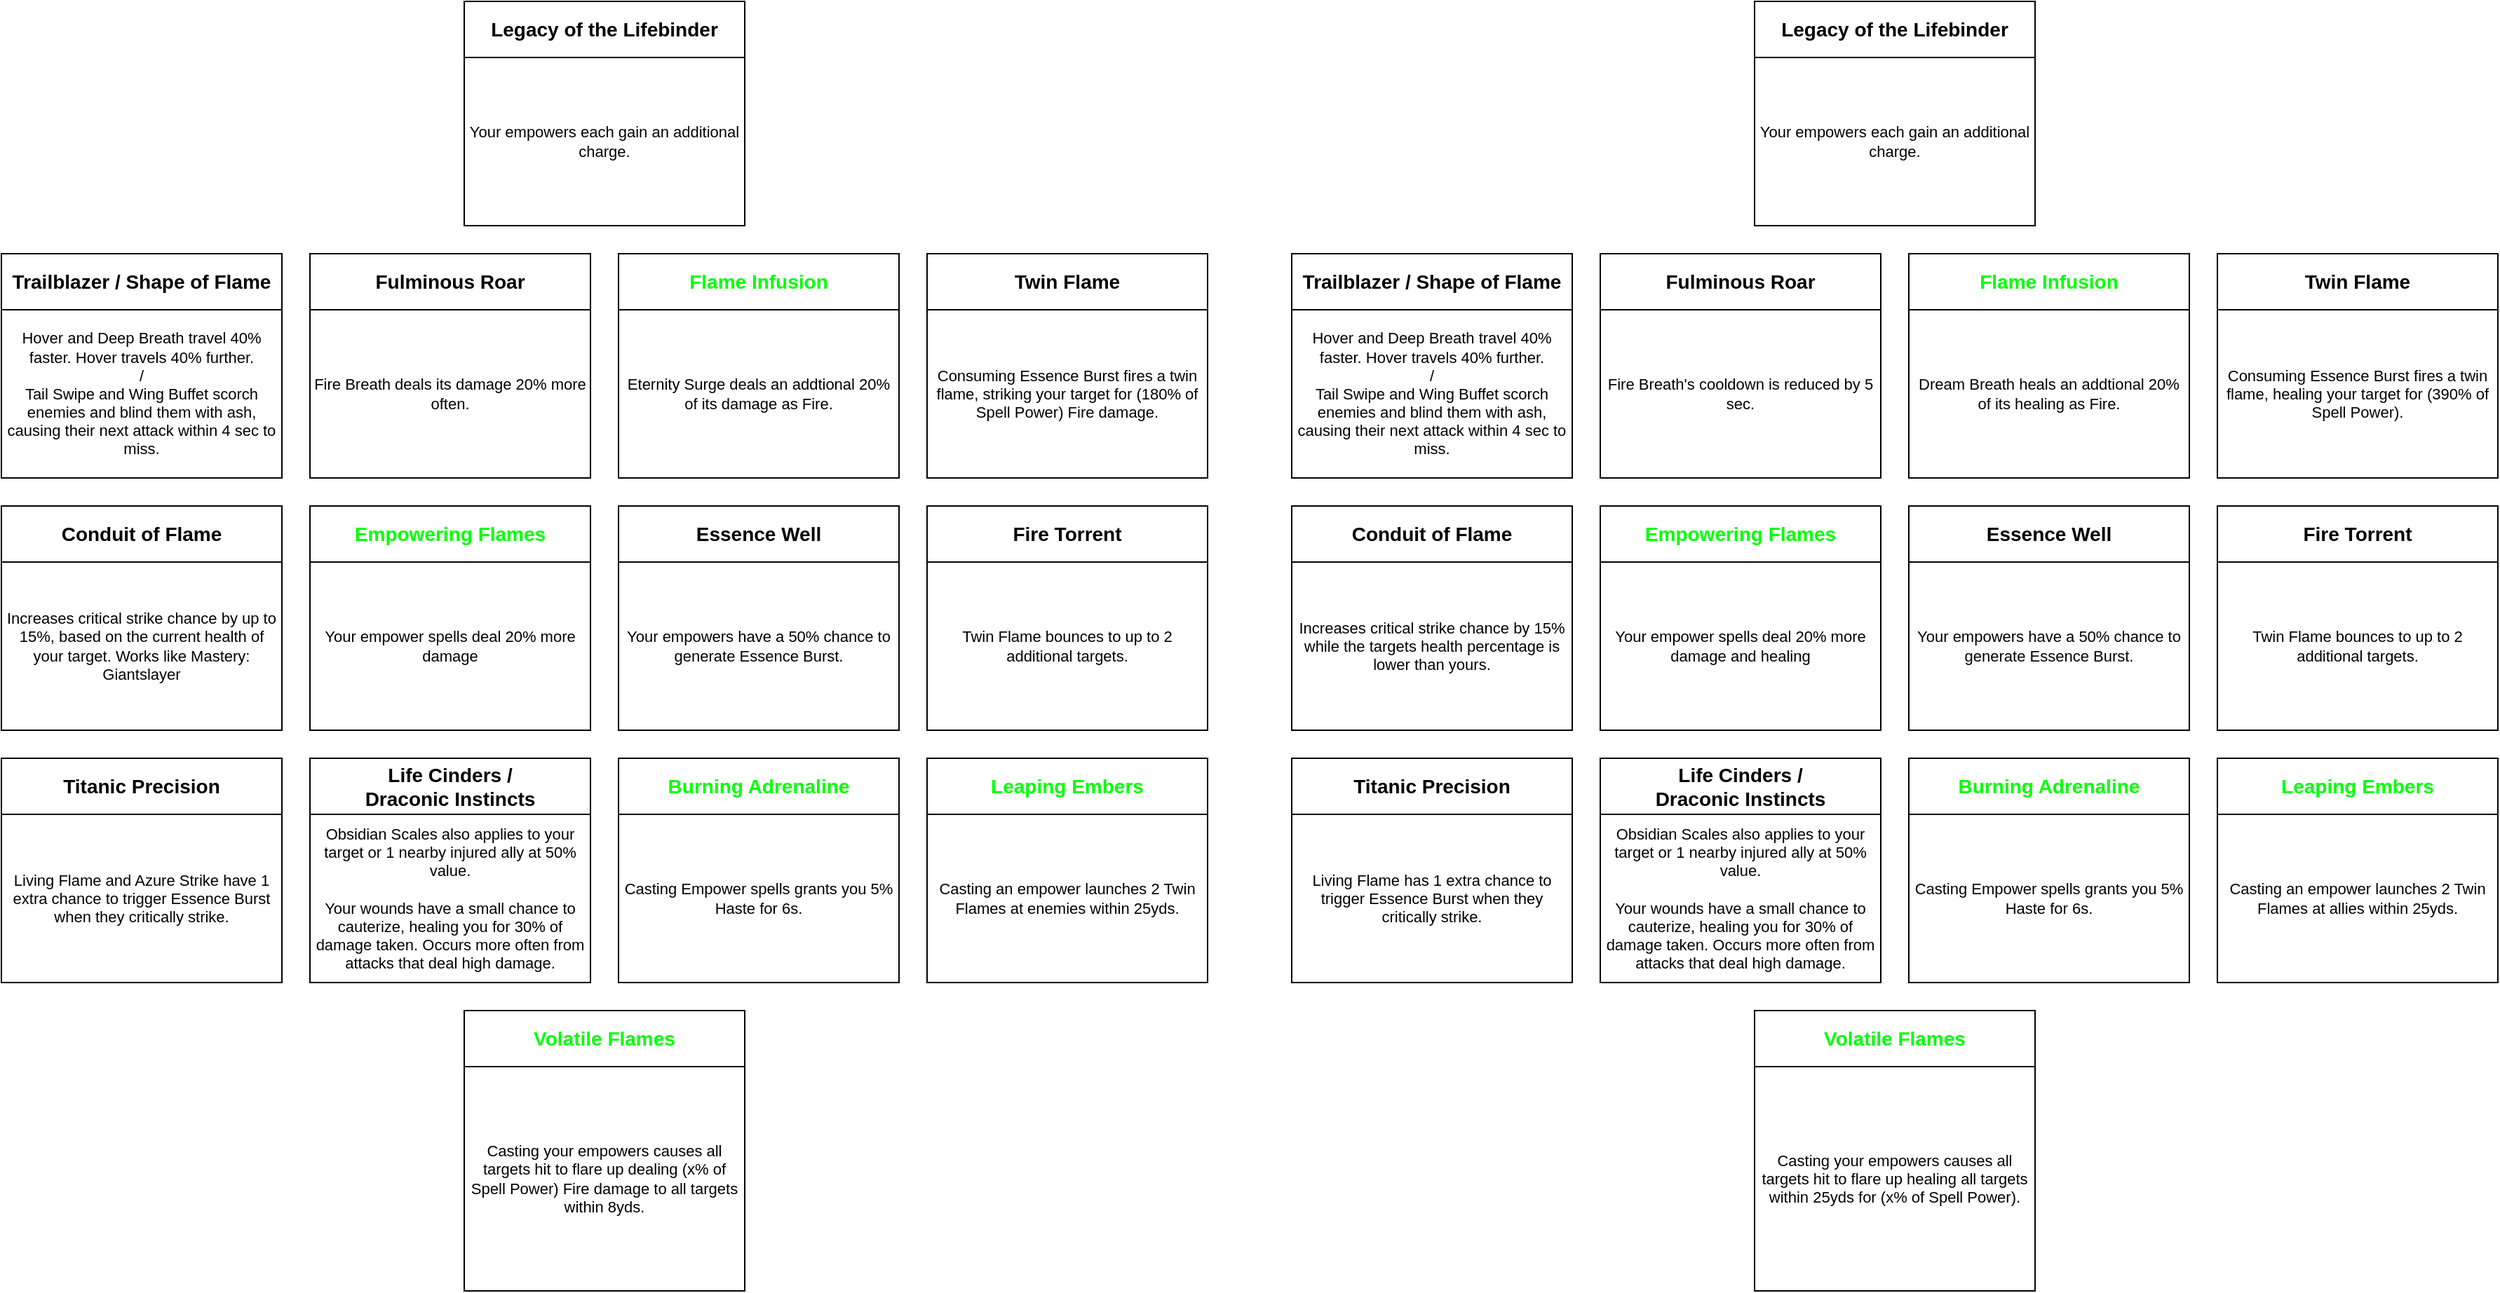
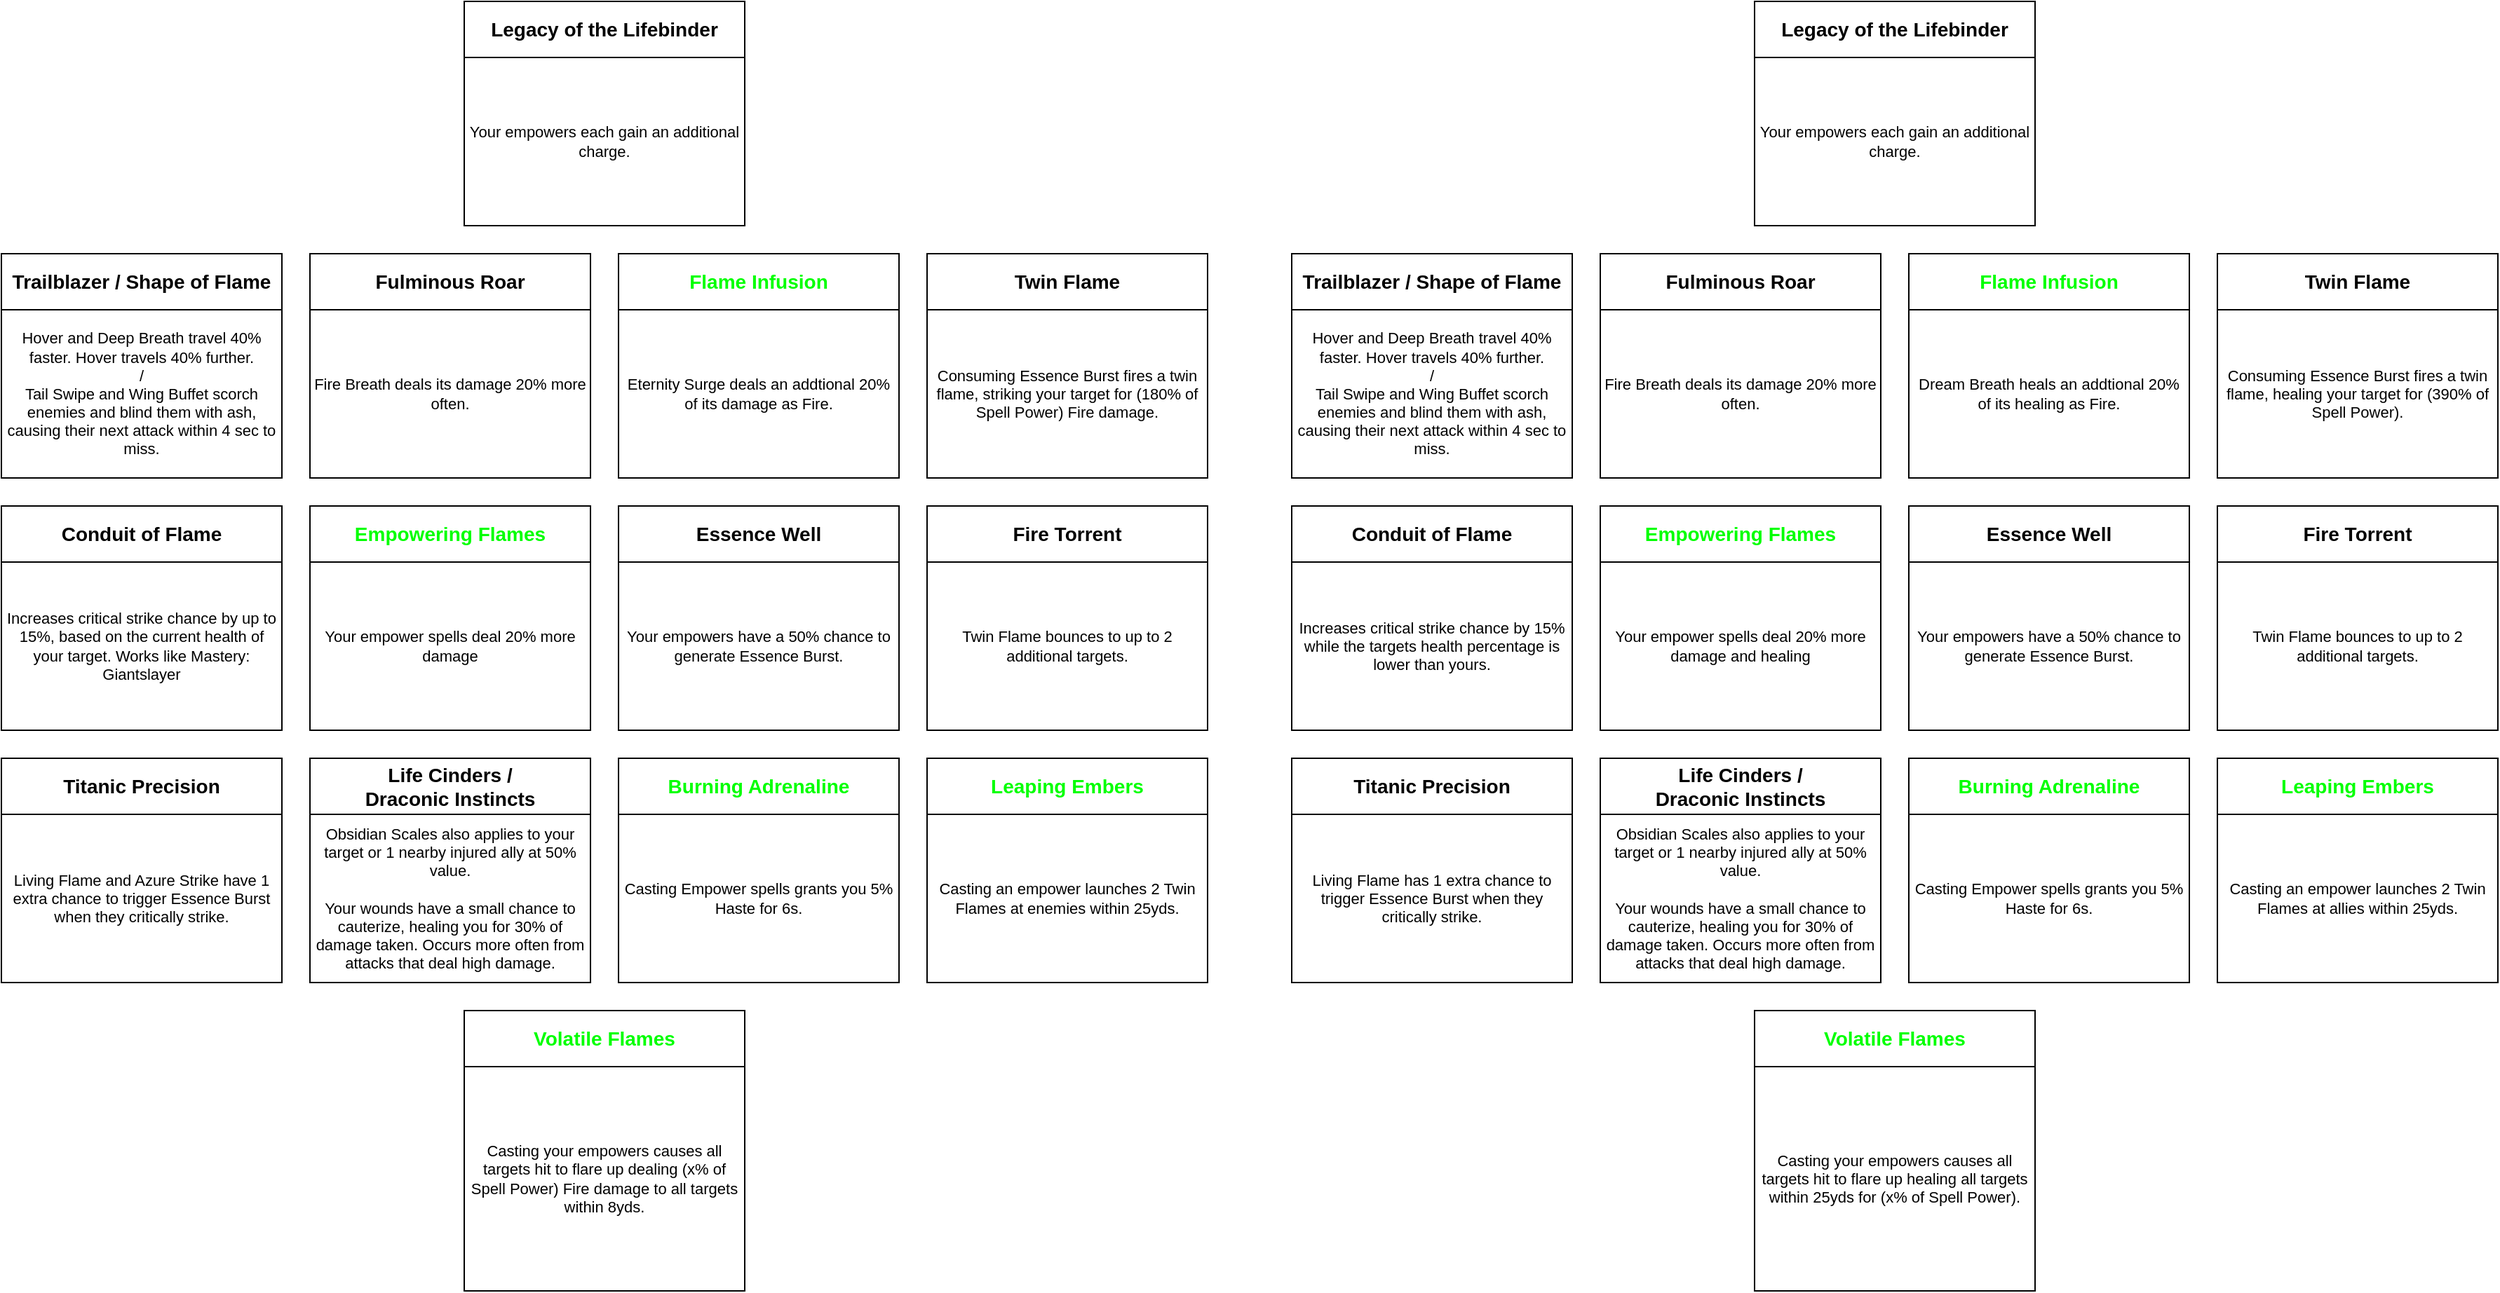
<mxfile host="app.diagrams.net" agent="Mozilla/5.0 (Windows NT 10.0; Win64; x64) AppleWebKit/537.36 (KHTML, like Gecko) Chrome/147.0.0.0 Safari/537.36 OPR/131.0.0.0">
  <diagram name="Page-1" id="7-C3C0MTsYJN3mklHAE3">
-     <mxGraphModel dx="1825" dy="1013" grid="1" gridSize="10" guides="1" tooltips="1" connect="1" arrows="1" fold="1" page="1" pageScale="1" pageWidth="850" pageHeight="1100" math="0" shadow="0">
+     <mxGraphModel dx="1829" dy="1017" grid="1" gridSize="10" guides="1" tooltips="1" connect="1" arrows="1" fold="1" page="1" pageScale="1" pageWidth="850" pageHeight="1100" math="0" shadow="0">
      <root>
        <mxCell id="0" />
        <mxCell id="1" parent="0" />
        <mxCell id="CbpXHZAzieputpjHQbmu-1" parent="1" style="rounded=0;whiteSpace=wrap;html=1;fontColor=light-dark(#000000,#FFFF00);fontStyle=1;fontSize=14;" value="&lt;div&gt;&lt;span style=&quot;background-color: transparent;&quot;&gt;Legacy of the Lifebinder&lt;/span&gt;&lt;/div&gt;" vertex="1">
          <mxGeometry height="40" width="200" x="330" y="80" as="geometry" />
        </mxCell>
        <mxCell id="CbpXHZAzieputpjHQbmu-6" parent="1" style="rounded=0;whiteSpace=wrap;html=1;verticalAlign=middle;fontSize=11;fontStyle=0" value="Your empowers each gain an additional charge." vertex="1">
          <mxGeometry height="120" width="200" x="330" y="120" as="geometry" />
        </mxCell>
        <mxCell id="CbpXHZAzieputpjHQbmu-7" parent="1" style="rounded=0;whiteSpace=wrap;html=1;fontColor=#00FF00;fontStyle=1;fontSize=14;" value="Empowering Flames" vertex="1">
          <mxGeometry height="40" width="200" x="220" y="440" as="geometry" />
        </mxCell>
        <mxCell id="CbpXHZAzieputpjHQbmu-8" parent="1" style="rounded=0;whiteSpace=wrap;html=1;fontSize=11;" value="Your empower spells deal 20% more damage" vertex="1">
          <mxGeometry height="120" width="200" x="220" y="480" as="geometry" />
        </mxCell>
        <mxCell id="CbpXHZAzieputpjHQbmu-9" parent="1" style="rounded=0;whiteSpace=wrap;html=1;fontColor=default;fontStyle=1;fontSize=14;" value="&lt;span&gt;&lt;font&gt;Trailblazer / Shape of Flame&lt;/font&gt;&lt;/span&gt;" vertex="1">
          <mxGeometry height="40" width="200" y="260" as="geometry" />
        </mxCell>
        <mxCell id="CbpXHZAzieputpjHQbmu-10" parent="1" style="rounded=0;whiteSpace=wrap;html=1;fontSize=11;" value="Hover and Deep Breath travel 40% faster. Hover travels 40% further.&lt;div&gt;/&lt;/div&gt;&lt;div&gt;Tail Swipe and Wing Buffet scorch enemies and blind them with ash, causing their next attack within 4 sec to miss.&lt;/div&gt;" vertex="1">
          <mxGeometry height="120" width="200" y="300" as="geometry" />
        </mxCell>
        <mxCell id="CbpXHZAzieputpjHQbmu-11" parent="1" style="rounded=0;whiteSpace=wrap;html=1;fontStyle=1;fontSize=14;fontColor=light-dark(#000000,#FFFF00);" value="&lt;span&gt;&lt;span&gt;Conduit of Flame&lt;/span&gt;&lt;/span&gt;" vertex="1">
          <mxGeometry height="40" width="200" y="440" as="geometry" />
        </mxCell>
        <mxCell id="CbpXHZAzieputpjHQbmu-12" parent="1" style="rounded=0;whiteSpace=wrap;html=1;fontSize=11;" value="Increases critical strike chance by up to 15%, based on the current health of your target. Works like Mastery: Giantslayer" vertex="1">
          <mxGeometry height="120" width="200" y="480" as="geometry" />
        </mxCell>
        <mxCell id="CbpXHZAzieputpjHQbmu-14" parent="1" style="rounded=0;whiteSpace=wrap;html=1;fontColor=default;fontStyle=1;fontSize=14;" value="Titanic Precision" vertex="1">
          <mxGeometry height="40" width="200" y="620" as="geometry" />
        </mxCell>
        <mxCell id="CbpXHZAzieputpjHQbmu-15" parent="1" style="rounded=0;whiteSpace=wrap;html=1;fontSize=11;" value="Living Flame and Azure Strike have 1 extra chance to trigger Essence Burst when they critically strike." vertex="1">
          <mxGeometry height="120" width="200" y="660" as="geometry" />
        </mxCell>
        <mxCell id="CbpXHZAzieputpjHQbmu-16" parent="1" style="rounded=0;whiteSpace=wrap;html=1;fontColor=light-dark(#000000,#FF9933);fontStyle=1;fontSize=14;" value="&lt;span style=&quot;&quot;&gt;Fulminous Roar&lt;/span&gt;" vertex="1">
          <mxGeometry height="40" width="200" x="220" y="260" as="geometry" />
        </mxCell>
        <mxCell id="CbpXHZAzieputpjHQbmu-17" parent="1" style="rounded=0;whiteSpace=wrap;html=1;fontSize=11;" value="Fire Breath deals its damage 20% more often." vertex="1">
          <mxGeometry height="120" width="200" x="220" y="300" as="geometry" />
        </mxCell>
        <mxCell id="CbpXHZAzieputpjHQbmu-18" parent="1" style="rounded=0;whiteSpace=wrap;html=1;fontColor=light-dark(#000000,#FF9933);fontStyle=1;fontSize=14;" value="&lt;span style=&quot;&quot;&gt;Life Cinders /&lt;/span&gt;&lt;br style=&quot;&quot;&gt;&lt;span style=&quot;&quot;&gt;Draconic Instincts&lt;/span&gt;" vertex="1">
          <mxGeometry height="40" width="200" x="220" y="620" as="geometry" />
        </mxCell>
        <mxCell id="CbpXHZAzieputpjHQbmu-19" parent="1" style="rounded=0;whiteSpace=wrap;html=1;fontSize=11;" value="Obsidian Scales also applies to your target or 1 nearby injured ally at 50% value.&lt;div&gt;&lt;br&gt;&lt;div&gt;Your wounds have a small chance to cauterize, healing you for 30% of damage taken. Occurs more often from attacks that deal high damage.&lt;/div&gt;&lt;/div&gt;" vertex="1">
          <mxGeometry height="120" width="200" x="220" y="660" as="geometry" />
        </mxCell>
        <mxCell id="CbpXHZAzieputpjHQbmu-20" parent="1" style="rounded=0;whiteSpace=wrap;html=1;fontColor=#00FF00;fontStyle=1;fontSize=14;labelBackgroundColor=none;" value="Flame Infusion" vertex="1">
          <mxGeometry height="40" width="200" x="440" y="260" as="geometry" />
        </mxCell>
        <mxCell id="CbpXHZAzieputpjHQbmu-21" parent="1" style="rounded=0;whiteSpace=wrap;html=1;fontSize=11;" value="Eternity Surge deals an&lt;span style=&quot;background-color: transparent; color: light-dark(rgb(0, 0, 0), rgb(255, 255, 255));&quot;&gt;&amp;nbsp;addtional 20% of its damage as Fire.&lt;/span&gt;" vertex="1">
          <mxGeometry height="120" width="200" x="440" y="300" as="geometry" />
        </mxCell>
        <mxCell id="CbpXHZAzieputpjHQbmu-22" parent="1" style="rounded=0;whiteSpace=wrap;html=1;fontColor=light-dark(#000000,#FF9933);fontStyle=1;fontSize=14;" value="Essence Well" vertex="1">
          <mxGeometry height="40" width="200" x="440" y="440" as="geometry" />
        </mxCell>
        <mxCell id="CbpXHZAzieputpjHQbmu-23" parent="1" style="rounded=0;whiteSpace=wrap;html=1;fontSize=11;" value="Your empowers have a 50% chance to generate Essence Burst." vertex="1">
          <mxGeometry height="120" width="200" x="440" y="480" as="geometry" />
        </mxCell>
        <mxCell id="CbpXHZAzieputpjHQbmu-24" parent="1" style="rounded=0;whiteSpace=wrap;html=1;fontColor=#00FF00;fontStyle=1;fontSize=14;" value="Burning Adrenaline" vertex="1">
          <mxGeometry height="40" width="200" x="440" y="620" as="geometry" />
        </mxCell>
        <mxCell id="CbpXHZAzieputpjHQbmu-25" parent="1" style="rounded=0;whiteSpace=wrap;html=1;fontSize=11;" value="Casting Empower spells grants you 5% Haste for 6s." vertex="1">
          <mxGeometry height="120" width="200" x="440" y="660" as="geometry" />
        </mxCell>
        <mxCell id="CbpXHZAzieputpjHQbmu-26" parent="1" style="rounded=0;whiteSpace=wrap;html=1;fontColor=light-dark(#000000,#FF9933);fontStyle=1;fontSize=14;" value="Twin Flame" vertex="1">
          <mxGeometry height="40" width="200" x="660" y="260" as="geometry" />
        </mxCell>
        <mxCell id="CbpXHZAzieputpjHQbmu-27" parent="1" style="rounded=0;whiteSpace=wrap;html=1;fontSize=11;" value="Consuming Essence Burst fires a twin flame, striking your target for (180% of Spell Power) Fire damage." vertex="1">
          <mxGeometry height="120" width="200" x="660" y="300" as="geometry" />
        </mxCell>
        <mxCell id="CbpXHZAzieputpjHQbmu-28" parent="1" style="rounded=0;whiteSpace=wrap;html=1;fontColor=light-dark(#000000,#FF9933);fontSize=14;fontStyle=1" value="Fire Torrent" vertex="1">
          <mxGeometry height="40" width="200" x="660" y="440" as="geometry" />
        </mxCell>
        <mxCell id="CbpXHZAzieputpjHQbmu-29" parent="1" style="rounded=0;whiteSpace=wrap;html=1;fontSize=11;" value="Twin Flame bounces to up to 2 additional targets." vertex="1">
          <mxGeometry height="120" width="200" x="660" y="480" as="geometry" />
        </mxCell>
        <mxCell id="CbpXHZAzieputpjHQbmu-30" parent="1" style="rounded=0;whiteSpace=wrap;html=1;fontColor=#00FF00;fontStyle=1;fontSize=14;" value="Leaping Embers" vertex="1">
          <mxGeometry height="40" width="200" x="660" y="620" as="geometry" />
        </mxCell>
        <mxCell id="CbpXHZAzieputpjHQbmu-31" parent="1" style="rounded=0;whiteSpace=wrap;html=1;fontSize=11;" value="Casting an empower launches 2 Twin Flames at enemies within 25yds." vertex="1">
          <mxGeometry height="120" width="200" x="660" y="660" as="geometry" />
        </mxCell>
        <mxCell id="CbpXHZAzieputpjHQbmu-32" parent="1" style="rounded=0;whiteSpace=wrap;html=1;fontColor=#00FF00;fontStyle=1" value="&lt;span style=&quot;font-size: 14px;&quot;&gt;Volatile Flames&lt;/span&gt;" vertex="1">
          <mxGeometry height="40" width="200" x="330" y="800" as="geometry" />
        </mxCell>
        <mxCell id="CbpXHZAzieputpjHQbmu-33" parent="1" style="rounded=0;whiteSpace=wrap;html=1;verticalAlign=middle;fontSize=11;" value="Casting your empowers causes all targets hit to flare up dealing (x% of Spell Power) Fire damage to all targets within 8yds." vertex="1">
          <mxGeometry height="160" width="200" x="330" y="840" as="geometry" />
        </mxCell>
        <mxCell id="ExkhEfNAmdtYAn1Fs_e5-1" parent="1" style="rounded=0;whiteSpace=wrap;html=1;fontColor=light-dark(#000000,#FFFF00);fontStyle=1;fontSize=14;" value="Legacy of the Lifebinder" vertex="1">
          <mxGeometry height="40" width="200" x="1250" y="80" as="geometry" />
        </mxCell>
        <mxCell id="ExkhEfNAmdtYAn1Fs_e5-2" parent="1" style="rounded=0;whiteSpace=wrap;html=1;verticalAlign=middle;fontSize=11;fontStyle=0" value="Your empowers each gain an additional charge." vertex="1">
          <mxGeometry height="120" width="200" x="1250" y="120" as="geometry" />
        </mxCell>
        <mxCell id="ExkhEfNAmdtYAn1Fs_e5-3" parent="1" style="rounded=0;whiteSpace=wrap;html=1;fontColor=#00FF00;fontStyle=1;fontSize=14;" value="Empowering Flames" vertex="1">
          <mxGeometry height="40" width="200" x="1140" y="440" as="geometry" />
        </mxCell>
        <mxCell id="ExkhEfNAmdtYAn1Fs_e5-4" parent="1" style="rounded=0;whiteSpace=wrap;html=1;fontSize=11;" value="Your empower spells deal 20% more damage and healing" vertex="1">
          <mxGeometry height="120" width="200" x="1140" y="480" as="geometry" />
        </mxCell>
        <mxCell id="ExkhEfNAmdtYAn1Fs_e5-5" parent="1" style="rounded=0;whiteSpace=wrap;html=1;fontColor=default;fontStyle=1;fontSize=14;" value="&lt;span&gt;&lt;font&gt;Trailblazer / Shape of Flame&lt;/font&gt;&lt;/span&gt;" vertex="1">
          <mxGeometry height="40" width="200" x="920" y="260" as="geometry" />
        </mxCell>
        <mxCell id="ExkhEfNAmdtYAn1Fs_e5-6" parent="1" style="rounded=0;whiteSpace=wrap;html=1;fontSize=11;" value="Hover and Deep Breath travel 40% faster. Hover travels 40% further.&lt;div&gt;/&lt;/div&gt;&lt;div&gt;Tail Swipe and Wing Buffet scorch enemies and blind them with ash, causing their next attack within 4 sec to miss.&lt;/div&gt;" vertex="1">
          <mxGeometry height="120" width="200" x="920" y="300" as="geometry" />
        </mxCell>
        <mxCell id="ExkhEfNAmdtYAn1Fs_e5-7" parent="1" style="rounded=0;whiteSpace=wrap;html=1;fontColor=#000000;fontStyle=1;fontSize=14;" value="&lt;span&gt;&lt;span&gt;Conduit of Flame&lt;/span&gt;&lt;/span&gt;" vertex="1">
          <mxGeometry height="40" width="200" x="920" y="440" as="geometry" />
        </mxCell>
        <mxCell id="ExkhEfNAmdtYAn1Fs_e5-8" parent="1" style="rounded=0;whiteSpace=wrap;html=1;fontSize=11;" value="Increases critical strike chance by 15% while the targets health percentage is lower than yours." vertex="1">
          <mxGeometry height="120" width="200" x="920" y="480" as="geometry" />
        </mxCell>
        <mxCell id="ExkhEfNAmdtYAn1Fs_e5-9" parent="1" style="rounded=0;whiteSpace=wrap;html=1;fontColor=default;fontStyle=1;fontSize=14;" value="Titanic Precision" vertex="1">
          <mxGeometry height="40" width="200" x="920" y="620" as="geometry" />
        </mxCell>
        <mxCell id="ExkhEfNAmdtYAn1Fs_e5-10" parent="1" style="rounded=0;whiteSpace=wrap;html=1;fontSize=11;" value="Living Flame&amp;nbsp;&lt;span style=&quot;background-color: transparent; color: light-dark(rgb(0, 0, 0), rgb(255, 255, 255));&quot;&gt;has 1 extra chance to trigger Essence Burst when they critically strike.&lt;/span&gt;" vertex="1">
          <mxGeometry height="120" width="200" x="920" y="660" as="geometry" />
        </mxCell>
        <mxCell id="ExkhEfNAmdtYAn1Fs_e5-11" parent="1" style="rounded=0;whiteSpace=wrap;html=1;fontColor=light-dark(#000000,#FF9933);fontStyle=1;fontSize=14;" value="&lt;span style=&quot;&quot;&gt;Fulminous Roar&lt;/span&gt;" vertex="1">
          <mxGeometry height="40" width="200" x="1140" y="260" as="geometry" />
        </mxCell>
-         <mxCell id="ExkhEfNAmdtYAn1Fs_e5-12" parent="1" style="rounded=0;whiteSpace=wrap;html=1;fontSize=11;" value="Fire Breath&#39;s cooldown is reduced by 5 sec." vertex="1">
+         <mxCell id="ExkhEfNAmdtYAn1Fs_e5-12" parent="1" style="rounded=0;whiteSpace=wrap;html=1;fontSize=11;" value="Fire Breath deals its damage 20% more often." vertex="1">
          <mxGeometry height="120" width="200" x="1140" y="300" as="geometry" />
        </mxCell>
        <mxCell id="ExkhEfNAmdtYAn1Fs_e5-13" parent="1" style="rounded=0;whiteSpace=wrap;html=1;fontColor=light-dark(#000000,#FF9933);fontStyle=1;fontSize=14;" value="&lt;span style=&quot;&quot;&gt;Life Cinders /&lt;/span&gt;&lt;br style=&quot;&quot;&gt;&lt;span style=&quot;&quot;&gt;Draconic Instincts&lt;/span&gt;" vertex="1">
          <mxGeometry height="40" width="200" x="1140" y="620" as="geometry" />
        </mxCell>
        <mxCell id="ExkhEfNAmdtYAn1Fs_e5-14" parent="1" style="rounded=0;whiteSpace=wrap;html=1;fontSize=11;" value="Obsidian Scales also applies to your target or 1 nearby injured ally at 50% value.&lt;div&gt;&lt;br&gt;&lt;div&gt;Your wounds have a small chance to cauterize, healing you for 30% of damage taken. Occurs more often from attacks that deal high damage.&lt;/div&gt;&lt;/div&gt;" vertex="1">
          <mxGeometry height="120" width="200" x="1140" y="660" as="geometry" />
        </mxCell>
        <mxCell id="ExkhEfNAmdtYAn1Fs_e5-15" parent="1" style="rounded=0;whiteSpace=wrap;html=1;fontColor=#00FF00;fontStyle=1;fontSize=14;" value="Flame Infusion" vertex="1">
          <mxGeometry height="40" width="200" x="1360" y="260" as="geometry" />
        </mxCell>
        <mxCell id="ExkhEfNAmdtYAn1Fs_e5-16" parent="1" style="rounded=0;whiteSpace=wrap;html=1;fontSize=11;" value="Dream Breath heals an&lt;span style=&quot;color: light-dark(rgb(0, 0, 0), rgb(255, 255, 255)); background-color: transparent;&quot;&gt;&amp;nbsp;addtional 20% of its healing as Fire.&lt;/span&gt;" vertex="1">
          <mxGeometry height="120" width="200" x="1360" y="300" as="geometry" />
        </mxCell>
        <mxCell id="ExkhEfNAmdtYAn1Fs_e5-17" parent="1" style="rounded=0;whiteSpace=wrap;html=1;fontColor=light-dark(#000000,#FF9933);fontStyle=1;fontSize=14;" value="Essence Well" vertex="1">
          <mxGeometry height="40" width="200" x="1360" y="440" as="geometry" />
        </mxCell>
        <mxCell id="ExkhEfNAmdtYAn1Fs_e5-18" parent="1" style="rounded=0;whiteSpace=wrap;html=1;fontSize=11;" value="Your empowers have a 50% chance to generate Essence Burst." vertex="1">
          <mxGeometry height="120" width="200" x="1360" y="480" as="geometry" />
        </mxCell>
        <mxCell id="ExkhEfNAmdtYAn1Fs_e5-19" parent="1" style="rounded=0;whiteSpace=wrap;html=1;fontColor=#00FF00;fontStyle=1;fontSize=14;" value="Burning Adrenaline" vertex="1">
          <mxGeometry height="40" width="200" x="1360" y="620" as="geometry" />
        </mxCell>
        <mxCell id="ExkhEfNAmdtYAn1Fs_e5-20" parent="1" style="rounded=0;whiteSpace=wrap;html=1;fontSize=11;" value="Casting Empower spells grants you 5% Haste for 6s." vertex="1">
          <mxGeometry height="120" width="200" x="1360" y="660" as="geometry" />
        </mxCell>
        <mxCell id="ExkhEfNAmdtYAn1Fs_e5-21" parent="1" style="rounded=0;whiteSpace=wrap;html=1;fontColor=light-dark(#000000,#FF9933);fontStyle=1;fontSize=14;" value="Twin Flame" vertex="1">
          <mxGeometry height="40" width="200" x="1580" y="260" as="geometry" />
        </mxCell>
        <mxCell id="ExkhEfNAmdtYAn1Fs_e5-22" parent="1" style="rounded=0;whiteSpace=wrap;html=1;fontSize=11;" value="Consuming Essence Burst fires a twin flame, healing your target for (390% of Spell Power)." vertex="1">
          <mxGeometry height="120" width="200" x="1580" y="300" as="geometry" />
        </mxCell>
        <mxCell id="ExkhEfNAmdtYAn1Fs_e5-23" parent="1" style="rounded=0;whiteSpace=wrap;html=1;fontColor=light-dark(#000000,#FF9933);fontSize=14;fontStyle=1" value="Fire Torrent" vertex="1">
          <mxGeometry height="40" width="200" x="1580" y="440" as="geometry" />
        </mxCell>
        <mxCell id="ExkhEfNAmdtYAn1Fs_e5-24" parent="1" style="rounded=0;whiteSpace=wrap;html=1;fontSize=11;" value="Twin Flame bounces to up to 2 additional targets." vertex="1">
          <mxGeometry height="120" width="200" x="1580" y="480" as="geometry" />
        </mxCell>
        <mxCell id="ExkhEfNAmdtYAn1Fs_e5-25" parent="1" style="rounded=0;whiteSpace=wrap;html=1;fontColor=#00FF00;fontStyle=1;fontSize=14;" value="Leaping Embers" vertex="1">
          <mxGeometry height="40" width="200" x="1580" y="620" as="geometry" />
        </mxCell>
        <mxCell id="ExkhEfNAmdtYAn1Fs_e5-26" parent="1" style="rounded=0;whiteSpace=wrap;html=1;fontSize=11;" value="Casting an empower launches 2 Twin Flames at allies within 25yds." vertex="1">
          <mxGeometry height="120" width="200" x="1580" y="660" as="geometry" />
        </mxCell>
        <mxCell id="ExkhEfNAmdtYAn1Fs_e5-27" parent="1" style="rounded=0;whiteSpace=wrap;html=1;fontColor=#00FF00;fontStyle=1" value="&lt;span style=&quot;font-size: 14px;&quot;&gt;Volatile Flames&lt;/span&gt;" vertex="1">
          <mxGeometry height="40" width="200" x="1250" y="800" as="geometry" />
        </mxCell>
        <mxCell id="ExkhEfNAmdtYAn1Fs_e5-28" parent="1" style="rounded=0;whiteSpace=wrap;html=1;verticalAlign=middle;fontSize=11;" value="Casting your empowers causes all targets hit to flare up healing all targets within 25yds for (x% of Spell Power)." vertex="1">
          <mxGeometry height="160" width="200" x="1250" y="840" as="geometry" />
        </mxCell>
      </root>
    </mxGraphModel>
  </diagram>
</mxfile>
